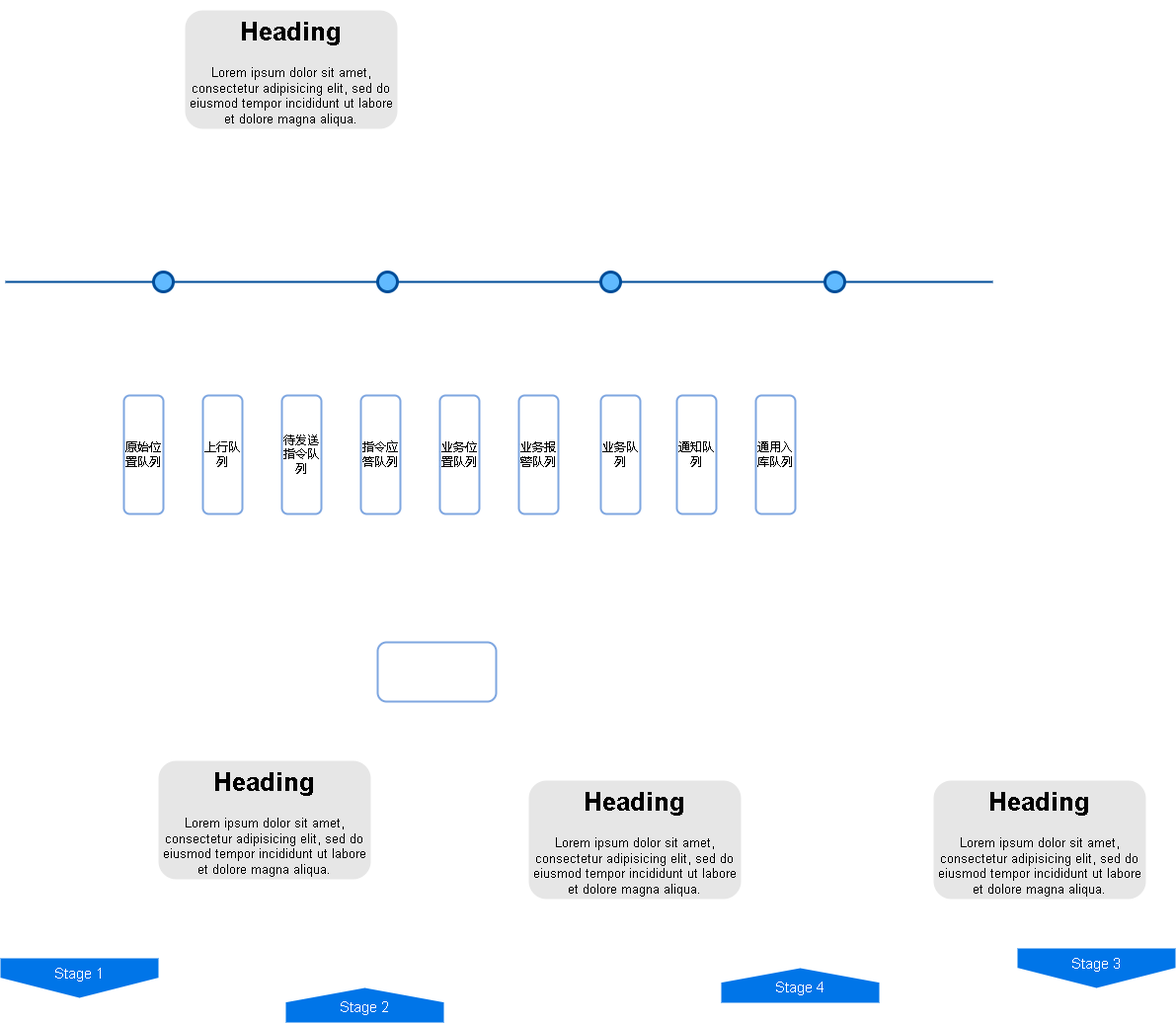
Above: CgoPro业务总线.drawio.png in xktder/draw (draw.io), before the change. Source tidied: cells renumbered, new cells last; positions are measured from the earlier drawing's top-left corner, leaving out a move shared by most shapes.
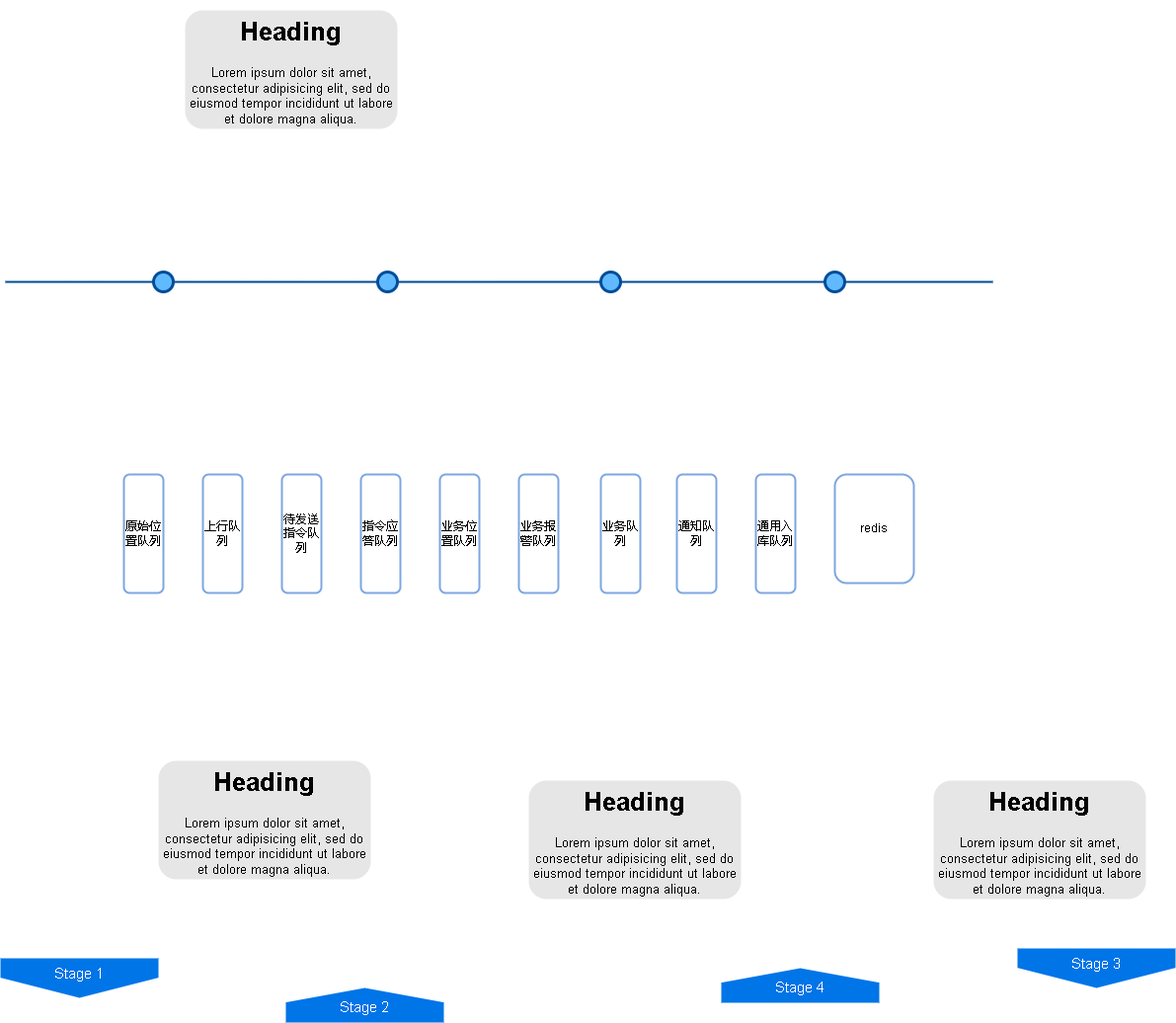
After the commit.

Commit message:
更新CgoPro业务总线.drawio.png

Diff of the diagram source:
```diff
@@ -42,34 +42,34 @@
       <mxGeometry x="535" y="780" width="215" height="120" as="geometry" />
     </mxCell>
     <mxCell id="15" value="原始位置队列" style="rounded=1;whiteSpace=wrap;html=1;strokeWidth=2;strokeColor=#7EA6E0;" parent="1" vertex="1">
-      <mxGeometry x="125" y="390" width="40" height="120" as="geometry" />
+      <mxGeometry x="125" y="470" width="40" height="120" as="geometry" />
     </mxCell>
     <mxCell id="16" value="上行队列" style="rounded=1;whiteSpace=wrap;html=1;strokeWidth=2;strokeColor=#7EA6E0;" parent="1" vertex="1">
-      <mxGeometry x="205" y="390" width="40" height="120" as="geometry" />
+      <mxGeometry x="205" y="470" width="40" height="120" as="geometry" />
     </mxCell>
     <mxCell id="17" value="待发送指令队列" style="rounded=1;whiteSpace=wrap;html=1;strokeWidth=2;strokeColor=#7EA6E0;" parent="1" vertex="1">
-      <mxGeometry x="285" y="390" width="40" height="120" as="geometry" />
+      <mxGeometry x="285" y="470" width="40" height="120" as="geometry" />
     </mxCell>
-    <mxCell id="18" style="rounded=1;whiteSpace=wrap;html=1;strokeWidth=2;strokeColor=#7EA6E0;" parent="1" vertex="1">
-      <mxGeometry x="382" y="640" width="120" height="60" as="geometry" />
+    <mxCell id="18" value="redis" style="rounded=1;whiteSpace=wrap;html=1;strokeWidth=2;strokeColor=#7EA6E0;" parent="1" vertex="1">
+      <mxGeometry x="845" y="470" width="80" height="110" as="geometry" />
     </mxCell>
     <mxCell id="19" value="指令应答队列" style="rounded=1;whiteSpace=wrap;html=1;strokeWidth=2;strokeColor=#7EA6E0;" parent="1" vertex="1">
-      <mxGeometry x="365" y="390" width="40" height="120" as="geometry" />
+      <mxGeometry x="365" y="470" width="40" height="120" as="geometry" />
     </mxCell>
     <mxCell id="20" value="业务位置队列" style="rounded=1;whiteSpace=wrap;html=1;strokeWidth=2;strokeColor=#7EA6E0;" parent="1" vertex="1">
-      <mxGeometry x="445" y="390" width="40" height="120" as="geometry" />
+      <mxGeometry x="445" y="470" width="40" height="120" as="geometry" />
     </mxCell>
     <mxCell id="21" value="业务报警队列" style="rounded=1;whiteSpace=wrap;html=1;strokeWidth=2;strokeColor=#7EA6E0;" parent="1" vertex="1">
-      <mxGeometry x="525" y="390" width="40" height="120" as="geometry" />
+      <mxGeometry x="525" y="470" width="40" height="120" as="geometry" />
     </mxCell>
     <mxCell id="22" value="业务队列" style="rounded=1;whiteSpace=wrap;html=1;strokeWidth=2;strokeColor=#7EA6E0;" parent="1" vertex="1">
-      <mxGeometry x="608" y="390" width="40" height="120" as="geometry" />
+      <mxGeometry x="608" y="470" width="40" height="120" as="geometry" />
     </mxCell>
     <mxCell id="23" value="通知队列" style="rounded=1;whiteSpace=wrap;html=1;strokeWidth=2;strokeColor=#7EA6E0;" parent="1" vertex="1">
-      <mxGeometry x="685" y="390" width="40" height="120" as="geometry" />
+      <mxGeometry x="685" y="470" width="40" height="120" as="geometry" />
     </mxCell>
     <mxCell id="24" value="通用入库队列" style="rounded=1;whiteSpace=wrap;html=1;strokeWidth=2;strokeColor=#7EA6E0;" parent="1" vertex="1">
-      <mxGeometry x="765" y="390" width="40" height="120" as="geometry" />
+      <mxGeometry x="765" y="470" width="40" height="120" as="geometry" />
     </mxCell>
   </root>
 </mxGraphModel>
```
